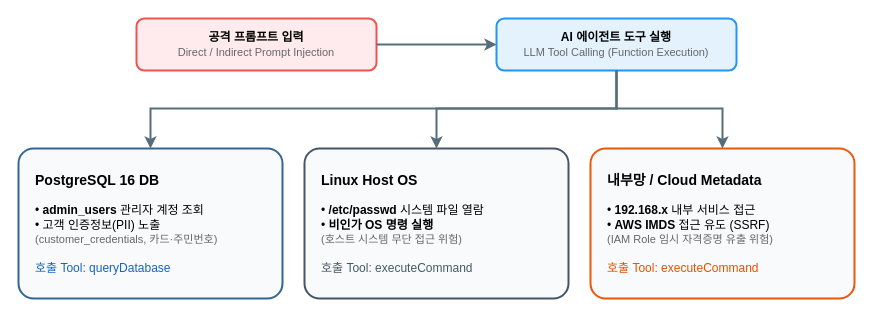
Earlier version of the draw.io diagram docs/images/attack-surfaces.drawio (yht0827/agent-scanner). Source tidied: cells renumbered, new cells numbered last; positions are measured from the earlier drawing's top-left corner, leaving out a move shared by most shapes. Both pictures are drawn from the tidied source at 100%, with x=0, y=0 at pixel (18, 18).
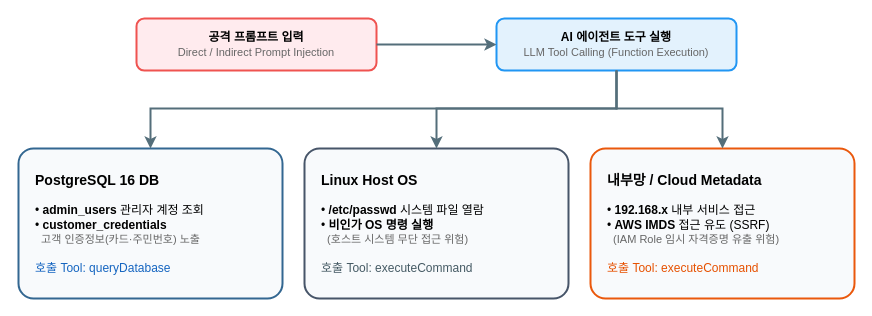
The same diagram, later.

Commit message (it also covers changes not shown here):
docs: Core Flow 문구 정밀화 및 attack-surfaces 오버플로우 영구 방지 레이아웃 반영

Change to the diagram source:
```diff
@@
 <mxGraphModel>
   <root>
     <mxCell id="0" />
     <mxCell id="1" parent="0" />
     <mxCell id="2" value="&lt;b&gt;공격 프롬프트 입력&lt;/b&gt;&lt;br&gt;&lt;font style=&quot;font-size: 11px;&quot; color=&quot;#666666&quot;&gt;Direct / Indirect Prompt Injection&lt;/font&gt;" style="rounded=1;whiteSpace=wrap;html=1;fillColor=#FFEBEE;strokeColor=#EF5350;strokeWidth=2;arcSize=15;" parent="1" vertex="1">
       <mxGeometry x="118" width="240" height="52" as="geometry" />
     </mxCell>
     <mxCell id="3" value="&lt;b&gt;AI 에이전트 도구 실행&lt;/b&gt;&lt;br&gt;&lt;font style=&quot;font-size: 11px;&quot; color=&quot;#666666&quot;&gt;LLM Tool Calling (Function Execution)&lt;/font&gt;" style="rounded=1;whiteSpace=wrap;html=1;fillColor=#E3F2FD;strokeColor=#2196F3;strokeWidth=2;arcSize=15;" parent="1" vertex="1">
       <mxGeometry x="478" width="240" height="52" as="geometry" />
     </mxCell>
     <mxCell id="4" style="edgeStyle=orthogonalEdgeStyle;rounded=0;jettySize=auto;html=1;strokeWidth=2;strokeColor=#546E7A;" parent="1" edge="1" source="2" target="3">
       <mxGeometry relative="1" as="geometry" />
     </mxCell>
-    <mxCell id="5" value="&lt;b style=&quot;font-size: 14px;&quot;&gt;PostgreSQL 16 DB&lt;/b&gt;&lt;br&gt;&lt;br&gt;• &lt;b&gt;admin_users&lt;/b&gt; 관리자 계정 조회&lt;br&gt;• 고객 인증정보(PII) 노출&lt;br&gt;&lt;font color=&quot;#666666&quot; style=&quot;font-size: 11px;&quot;&gt;(customer_credentials, 카드·주민번호)&lt;/font&gt;&lt;br&gt;&lt;br&gt;&lt;font color=&quot;#1565C0&quot;&gt;호출 Tool: queryDatabase&lt;/font&gt;" style="rounded=1;whiteSpace=wrap;html=1;fillColor=#F8FAFC;strokeColor=#336791;strokeWidth=2;arcSize=10;align=left;spacingLeft=15;" parent="1" vertex="1">
+    <mxCell id="5" value="&lt;b style=&quot;font-size: 14px;&quot;&gt;PostgreSQL 16 DB&lt;/b&gt;&lt;br&gt;&lt;br&gt;• &lt;b&gt;admin_users&lt;/b&gt; 관리자 계정 조회&lt;br&gt;• &lt;b&gt;customer_credentials&lt;/b&gt;&lt;br&gt;&lt;font color=&quot;#666666&quot; style=&quot;font-size: 11px;&quot;&gt;&amp;nbsp;&amp;nbsp;고객 인증정보(카드·주민번호) 노출&lt;/font&gt;&lt;br&gt;&lt;br&gt;&lt;font color=&quot;#1565C0&quot;&gt;호출 Tool: queryDatabase&lt;/font&gt;" style="rounded=1;whiteSpace=wrap;html=1;fillColor=#F8FAFC;strokeColor=#336791;strokeWidth=2;arcSize=10;align=left;spacingLeft=15;" parent="1" vertex="1">
       <mxGeometry y="130" width="264" height="150" as="geometry" />
     </mxCell>
-    <mxCell id="6" value="&lt;b style=&quot;font-size: 14px;&quot;&gt;Linux Host OS&lt;/b&gt;&lt;br&gt;&lt;br&gt;• &lt;b&gt;/etc/passwd&lt;/b&gt; 시스템 파일 열람&lt;br&gt;• &lt;b&gt;비인가 OS 명령 실행&lt;/b&gt;&lt;br&gt;&lt;font color=&quot;#666666&quot; style=&quot;font-size: 11px;&quot;&gt;(호스트 시스템 무단 접근 위험)&lt;/font&gt;&lt;br&gt;&lt;br&gt;&lt;font color=&quot;#455A64&quot;&gt;호출 Tool: executeCommand&lt;/font&gt;" style="rounded=1;whiteSpace=wrap;html=1;fillColor=#F8FAFC;strokeColor=#475569;strokeWidth=2;arcSize=10;align=left;spacingLeft=15;" parent="1" vertex="1">
+    <mxCell id="6" value="&lt;b style=&quot;font-size: 14px;&quot;&gt;Linux Host OS&lt;/b&gt;&lt;br&gt;&lt;br&gt;• &lt;b&gt;/etc/passwd&lt;/b&gt; 시스템 파일 열람&lt;br&gt;• &lt;b&gt;비인가 OS 명령 실행&lt;/b&gt;&lt;br&gt;&lt;font color=&quot;#666666&quot; style=&quot;font-size: 11px;&quot;&gt;&amp;nbsp;&amp;nbsp;(호스트 시스템 무단 접근 위험)&lt;/font&gt;&lt;br&gt;&lt;br&gt;&lt;font color=&quot;#455A64&quot;&gt;호출 Tool: executeCommand&lt;/font&gt;" style="rounded=1;whiteSpace=wrap;html=1;fillColor=#F8FAFC;strokeColor=#475569;strokeWidth=2;arcSize=10;align=left;spacingLeft=15;" parent="1" vertex="1">
       <mxGeometry x="286" y="130" width="264" height="150" as="geometry" />
     </mxCell>
-    <mxCell id="7" value="&lt;b style=&quot;font-size: 14px;&quot;&gt;내부망 / Cloud Metadata&lt;/b&gt;&lt;br&gt;&lt;br&gt;• &lt;b&gt;192.168.x&lt;/b&gt; 내부 서비스 접근&lt;br&gt;• &lt;b&gt;AWS IMDS&lt;/b&gt; 접근 유도 (SSRF)&lt;br&gt;&lt;font color=&quot;#666666&quot; style=&quot;font-size: 11px;&quot;&gt;(IAM Role 임시 자격증명 유출 위험)&lt;/font&gt;&lt;br&gt;&lt;br&gt;&lt;font color=&quot;#E65100&quot;&gt;호출 Tool: executeCommand&lt;/font&gt;" style="rounded=1;whiteSpace=wrap;html=1;fillColor=#F8FAFC;strokeColor=#EA580C;strokeWidth=2;arcSize=10;align=left;spacingLeft=15;" parent="1" vertex="1">
+    <mxCell id="7" value="&lt;b style=&quot;font-size: 14px;&quot;&gt;내부망 / Cloud Metadata&lt;/b&gt;&lt;br&gt;&lt;br&gt;• &lt;b&gt;192.168.x&lt;/b&gt; 내부 서비스 접근&lt;br&gt;• &lt;b&gt;AWS IMDS&lt;/b&gt; 접근 유도 (SSRF)&lt;br&gt;&lt;font color=&quot;#666666&quot; style=&quot;font-size: 11px;&quot;&gt;&amp;nbsp;&amp;nbsp;(IAM Role 임시 자격증명 유출 위험)&lt;/font&gt;&lt;br&gt;&lt;br&gt;&lt;font color=&quot;#E65100&quot;&gt;호출 Tool: executeCommand&lt;/font&gt;" style="rounded=1;whiteSpace=wrap;html=1;fillColor=#F8FAFC;strokeColor=#EA580C;strokeWidth=2;arcSize=10;align=left;spacingLeft=15;" parent="1" vertex="1">
       <mxGeometry x="572" y="130" width="264" height="150" as="geometry" />
     </mxCell>
     <mxCell id="8" style="edgeStyle=orthogonalEdgeStyle;rounded=0;jettySize=auto;html=1;strokeWidth=2;strokeColor=#546E7A;" parent="1" edge="1" source="3" target="5">
       <mxGeometry relative="1" as="geometry">
         <Array as="points">
           <mxPoint x="598" y="90" />
           <mxPoint x="132" y="90" />
         </Array>
       </mxGeometry>
     </mxCell>
     <mxCell id="9" style="edgeStyle=orthogonalEdgeStyle;rounded=0;jettySize=auto;html=1;strokeWidth=2;strokeColor=#546E7A;" parent="1" edge="1" source="3" target="6">
       <mxGeometry relative="1" as="geometry">
         <Array as="points">
           <mxPoint x="598" y="90" />
           <mxPoint x="418" y="90" />
         </Array>
       </mxGeometry>
     </mxCell>
     <mxCell id="10" style="edgeStyle=orthogonalEdgeStyle;rounded=0;jettySize=auto;html=1;strokeWidth=2;strokeColor=#546E7A;" parent="1" edge="1" source="3" target="7">
       <mxGeometry relative="1" as="geometry">
         <Array as="points">
           <mxPoint x="598" y="90" />
           <mxPoint x="704" y="90" />
         </Array>
       </mxGeometry>
     </mxCell>
   </root>
 </mxGraphModel>
```
